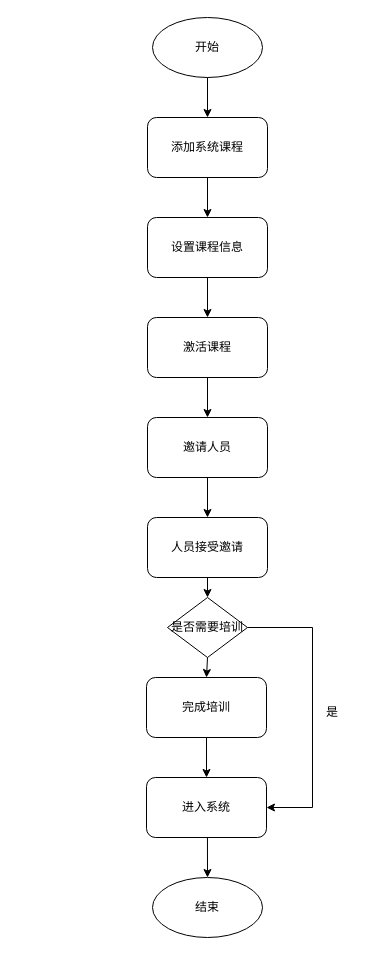
This is DrawIO/在线培训.drawio from religou/religou, a draw.io file, before an edit. Source tidied: cells renumbered, new cells numbered last; positions are measured from the earlier drawing's top-left corner, leaving out a move shared by most shapes. Both pictures are drawn from the tidied source at 100%, with x=0, y=0 at pixel (146, 17).
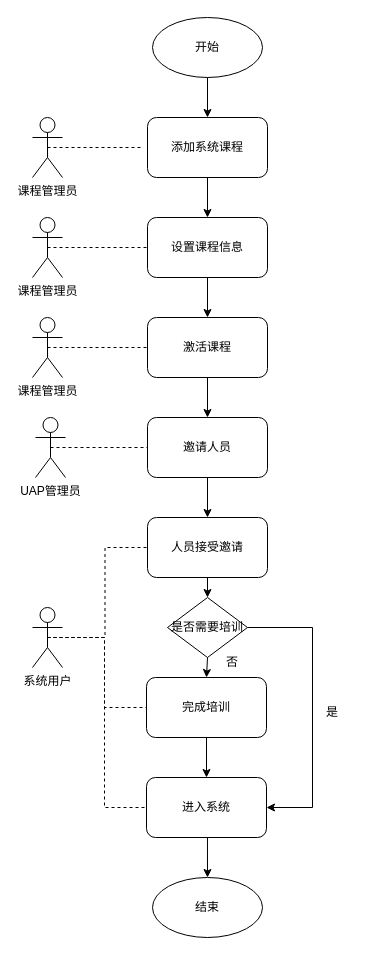
The same diagram, later.

Commit message:
更新在线培训.drawio

Unchanged cells that the change refers to:
```xml
<mxCell id="4" value="设置课程信息" style="rounded=1;whiteSpace=wrap;html=1;" parent="1" vertex="1">
  <mxGeometry x="1" y="200" width="120" height="60" as="geometry" />
</mxCell>
<mxCell id="5" value="激活课程" style="rounded=1;whiteSpace=wrap;html=1;" parent="1" vertex="1">
  <mxGeometry x="1" y="300" width="120" height="60" as="geometry" />
</mxCell>
<mxCell id="6" value="邀请人员" style="rounded=1;whiteSpace=wrap;html=1;" parent="1" vertex="1">
  <mxGeometry x="1" y="400" width="120" height="60" as="geometry" />
</mxCell>
<mxCell id="7" value="人员接受邀请" style="rounded=1;whiteSpace=wrap;html=1;" parent="1" vertex="1">
  <mxGeometry x="1" y="500" width="120" height="60" as="geometry" />
</mxCell>
<mxCell id="9" value="完成培训" style="rounded=1;whiteSpace=wrap;html=1;" parent="1" vertex="1">
  <mxGeometry y="660" width="120" height="60" as="geometry" />
</mxCell>
<mxCell id="10" value="进入系统" style="rounded=1;whiteSpace=wrap;html=1;" parent="1" vertex="1">
  <mxGeometry y="760" width="120" height="60" as="geometry" />
</mxCell>
```

Change to the diagram source:
```diff
@@
+    <mxCell id="23" value="否" style="text;html=1;align=center;verticalAlign=middle;whiteSpace=wrap;rounded=0;" parent="1" vertex="1">
+      <mxGeometry x="56" y="630" width="60" height="30" as="geometry" />
+    </mxCell>
+    <mxCell id="24" value="课程管理员" style="shape=umlActor;verticalLabelPosition=bottom;verticalAlign=top;html=1;outlineConnect=0;" parent="1" vertex="1">
+      <mxGeometry x="-114" y="100" width="30" height="60" as="geometry" />
+    </mxCell>
+    <mxCell id="25" value="课程管理员" style="shape=umlActor;verticalLabelPosition=bottom;verticalAlign=top;html=1;outlineConnect=0;" parent="1" vertex="1">
+      <mxGeometry x="-114" y="200" width="30" height="60" as="geometry" />
+    </mxCell>
+    <mxCell id="26" value="课程管理员" style="shape=umlActor;verticalLabelPosition=bottom;verticalAlign=top;html=1;outlineConnect=0;" parent="1" vertex="1">
+      <mxGeometry x="-114" y="300" width="30" height="60" as="geometry" />
+    </mxCell>
+    <mxCell id="27" value="UAP管理员" style="shape=umlActor;verticalLabelPosition=bottom;verticalAlign=top;html=1;outlineConnect=0;" parent="1" vertex="1">
+      <mxGeometry x="-111" y="400" width="30" height="60" as="geometry" />
+    </mxCell>
+    <mxCell id="28" value="系统用户" style="shape=umlActor;verticalLabelPosition=bottom;verticalAlign=top;html=1;outlineConnect=0;" parent="1" vertex="1">
+      <mxGeometry x="-114" y="590" width="30" height="60" as="geometry" />
+    </mxCell>
+    <mxCell id="29" style="endArrow=none;dashed=1;html=1;rounded=0;exitX=0.5;exitY=0.5;exitDx=0;exitDy=0;exitPerimeter=0;" parent="1" edge="1" source="24">
+      <mxGeometry relative="1" as="geometry">
+        <mxPoint x="-4" y="130" as="targetPoint" />
+      </mxGeometry>
+    </mxCell>
+    <mxCell id="30" style="endArrow=none;dashed=1;html=1;rounded=0;entryX=0;entryY=0.5;entryDx=0;entryDy=0;exitX=0.5;exitY=0.5;exitDx=0;exitDy=0;exitPerimeter=0;" parent="1" edge="1" source="25" target="4">
+      <mxGeometry relative="1" as="geometry" />
+    </mxCell>
+    <mxCell id="31" style="endArrow=none;dashed=1;html=1;rounded=0;entryX=0;entryY=0.5;entryDx=0;entryDy=0;exitX=0.5;exitY=0.5;exitDx=0;exitDy=0;exitPerimeter=0;" parent="1" edge="1" source="26" target="5">
+      <mxGeometry relative="1" as="geometry" />
+    </mxCell>
+    <mxCell id="32" style="endArrow=none;dashed=1;html=1;rounded=0;exitX=0.5;exitY=0.5;exitDx=0;exitDy=0;exitPerimeter=0;entryX=0;entryY=0.5;entryDx=0;entryDy=0;" parent="1" edge="1" source="27" target="6">
+      <mxGeometry relative="1" as="geometry" />
+    </mxCell>
+    <mxCell id="33" style="endArrow=none;dashed=1;html=1;rounded=0;exitX=0.5;exitY=0.5;exitDx=0;exitDy=0;exitPerimeter=0;entryX=0;entryY=0.5;entryDx=0;entryDy=0;edgeStyle=orthogonalEdgeStyle;" parent="1" edge="1" source="28" target="7">
+      <mxGeometry relative="1" as="geometry" />
+    </mxCell>
+    <mxCell id="34" style="endArrow=none;dashed=1;html=1;rounded=0;exitX=0.5;exitY=0.5;exitDx=0;exitDy=0;exitPerimeter=0;entryX=0;entryY=0.5;entryDx=0;entryDy=0;edgeStyle=orthogonalEdgeStyle;" parent="1" edge="1" source="28" target="9">
+      <mxGeometry relative="1" as="geometry" />
+    </mxCell>
+    <mxCell id="35" style="endArrow=none;dashed=1;html=1;rounded=0;exitX=0.5;exitY=0.5;exitDx=0;exitDy=0;exitPerimeter=0;entryX=0;entryY=0.5;entryDx=0;entryDy=0;edgeStyle=orthogonalEdgeStyle;" parent="1" edge="1" source="28" target="10">
+      <mxGeometry relative="1" as="geometry" />
+    </mxCell>
```
